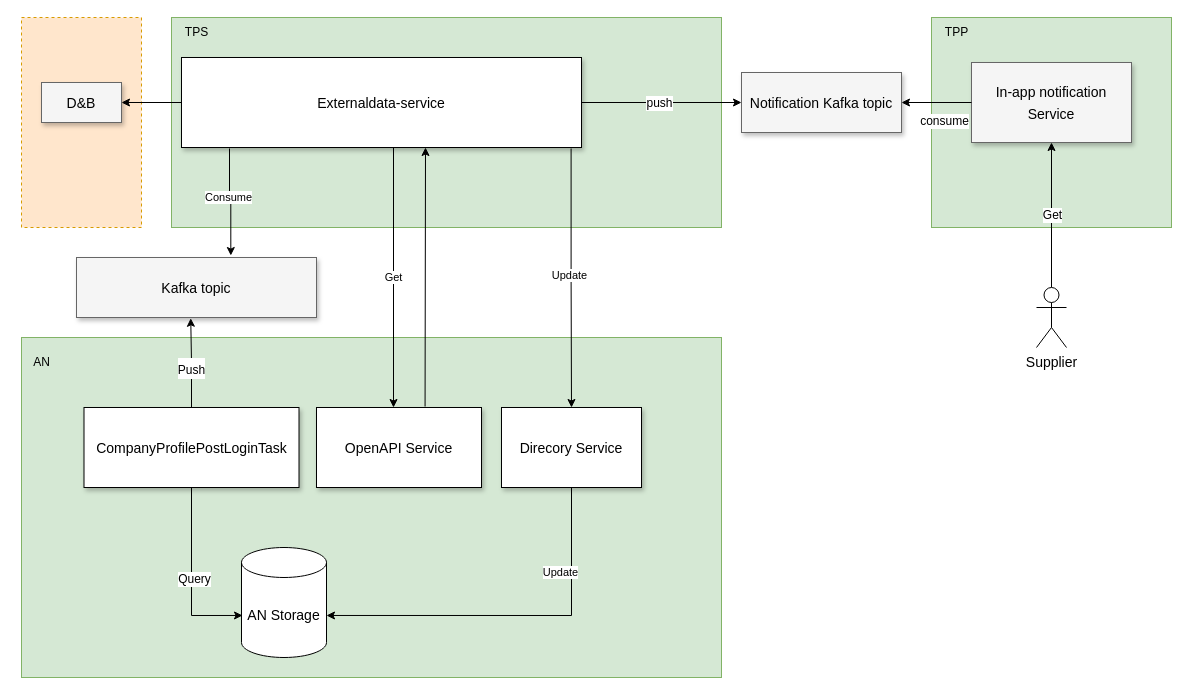
This is block_diagram_detection_dnb_changes.drawio from huangshijie/Drawio, a draw.io file, before an edit. Source tidied: cells renumbered, new cells numbered last; positions are measured from the earlier drawing's top-left corner, leaving out a move shared by most shapes. Both pictures are drawn from the tidied source at 100%, with x=0, y=0 at pixel (21, 17).
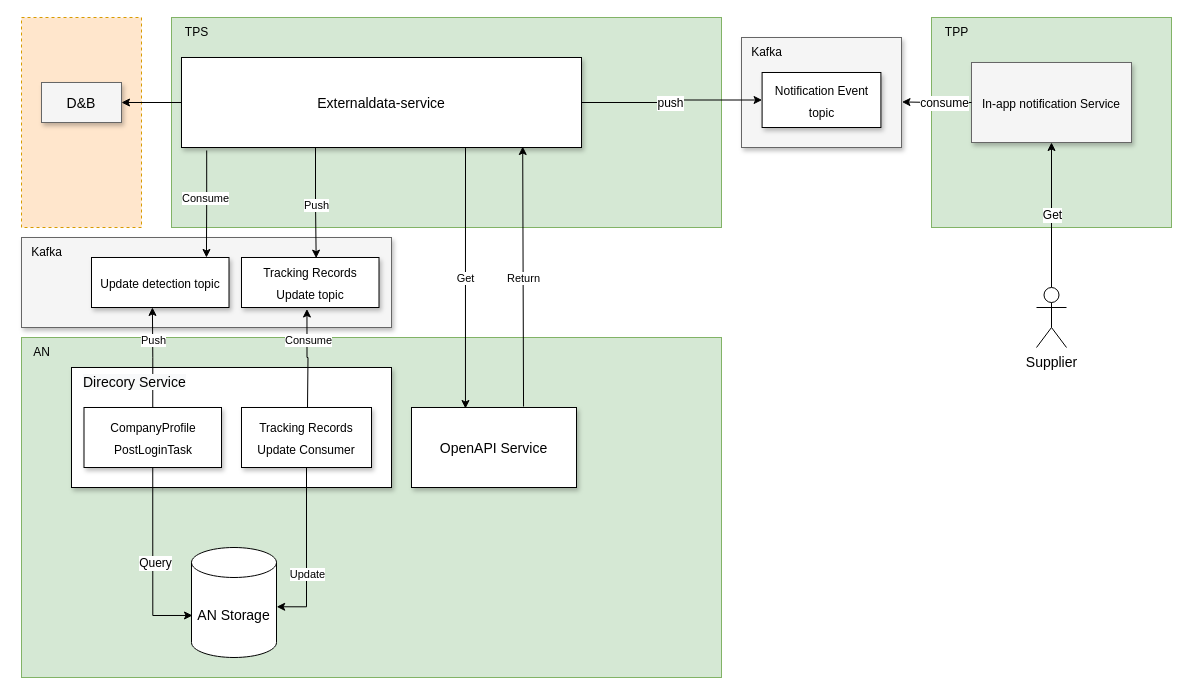
Above is the later version.

Unchanged cells that the change refers to:
```xml
<mxCell id="2" style="group;" parent="1" vertex="1">
  <mxGeometry width="1150" height="660" as="geometry" />
</mxCell>
<mxCell id="7" value="&lt;font style=&quot;font-size: 14px;&quot;&gt;Externaldata-service&lt;/font&gt;" style="whiteSpace=wrap;html=1;shadow=1;fontSize=18;" parent="2" vertex="1">
  <mxGeometry x="160" y="40" width="400" height="90" as="geometry" />
</mxCell>
```

What changed in the source:
```diff
@@
-    <mxCell id="8" value="&lt;font style=&quot;font-size: 14px;&quot;&gt;Notification Kafka topic&lt;/font&gt;" style="whiteSpace=wrap;html=1;shadow=1;fontSize=18;fillColor=#f5f5f5;strokeColor=#666666;" parent="2" vertex="1">
-      <mxGeometry x="720" y="55" width="160" height="60" as="geometry" />
+    <mxCell id="8" style="whiteSpace=wrap;html=1;shadow=1;fontSize=18;fillColor=#f5f5f5;strokeColor=#666666;" parent="2" vertex="1">
+      <mxGeometry x="720" y="20" width="160" height="110" as="geometry" />
     </mxCell>
-    <mxCell id="9" value="&lt;font style=&quot;font-size: 14px;&quot;&gt;CompanyProfilePostLoginTask&lt;/font&gt;" style="whiteSpace=wrap;html=1;shadow=1;fontSize=18;" parent="2" vertex="1">
-      <mxGeometry x="62.5" y="390" width="215" height="80" as="geometry" />
-    </mxCell>
-    <mxCell id="10" style="edgeStyle=orthogonalEdgeStyle;rounded=0;jettySize=auto;html=1;exitX=1;exitY=0.5;exitDx=0;exitDy=0;entryX=0;entryY=0.5;entryDx=0;entryDy=0;" parent="2" edge="1" source="7" target="8">
+    <mxCell id="10" style="edgeStyle=orthogonalEdgeStyle;rounded=0;jettySize=auto;html=1;exitX=1;exitY=0.5;exitDx=0;exitDy=0;entryX=0;entryY=0.5;entryDx=0;entryDy=0;" parent="2" edge="1" source="7" target="49">
       <mxGeometry relative="1" as="geometry" />
     </mxCell>
@@
-    <mxCell id="12" value="&lt;font style=&quot;font-size: 14px;&quot;&gt;In-app notification Service&lt;/font&gt;" style="whiteSpace=wrap;html=1;shadow=1;fontSize=18;fillColor=#f5f5f5;strokeColor=#666666;" parent="2" vertex="1">
+    <mxCell id="12" value="&lt;font style=&quot;font-size: 12px;&quot;&gt;In-app notification Service&lt;/font&gt;" style="whiteSpace=wrap;html=1;shadow=1;fontSize=18;fillColor=#f5f5f5;strokeColor=#666666;" parent="2" vertex="1">
       <mxGeometry x="950" y="45" width="160" height="80" as="geometry" />
     </mxCell>
-    <mxCell id="13" style="edgeStyle=orthogonalEdgeStyle;rounded=0;jettySize=auto;html=1;exitX=0;exitY=0.5;exitDx=0;exitDy=0;entryX=1;entryY=0.5;entryDx=0;entryDy=0;" parent="2" edge="1" source="12" target="8">
+    <mxCell id="13" style="edgeStyle=orthogonalEdgeStyle;rounded=0;jettySize=auto;html=1;exitX=0;exitY=0.5;exitDx=0;exitDy=0;entryX=1.003;entryY=0.586;entryDx=0;entryDy=0;entryPerimeter=0;" parent="2" edge="1" source="12" target="8">
       <mxGeometry relative="1" as="geometry" />
     </mxCell>
     <mxCell id="14" value="consume" style="edgeLabel;html=1;align=center;verticalAlign=middle;fontSize=12;" parent="13" vertex="1">
       <mxGeometry x="-0.18" y="-1" relative="1" as="geometry">
-        <mxPoint x="1" y="19" as="offset" />
+        <mxPoint x="1" y="1" as="offset" />
       </mxGeometry>
     </mxCell>
@@
     <mxCell id="18" value="&lt;font style=&quot;font-size: 14px;&quot;&gt;AN Storage&lt;/font&gt;" style="shape=cylinder3;whiteSpace=wrap;html=1;boundedLbl=1;backgroundOutline=1;size=15;" parent="2" vertex="1">
-      <mxGeometry x="220" y="530" width="85" height="110" as="geometry" />
+      <mxGeometry x="170" y="530" width="85" height="110" as="geometry" />
     </mxCell>
     <mxCell id="19" value="AN" style="text;html=1;align=center;verticalAlign=middle;strokeColor=none;fillColor=none;" parent="2" vertex="1">
-      <mxGeometry y="330" width="40" height="30" as="geometry" />
+      <mxGeometry y="320" width="40" height="30" as="geometry" />
     </mxCell>
@@
-    <mxCell id="22" style="edgeStyle=orthogonalEdgeStyle;rounded=0;jettySize=auto;html=1;fontSize=18;startArrow=none;startFill=0;entryX=0.012;entryY=0.618;entryDx=0;entryDy=0;entryPerimeter=0;" parent="2" edge="1" source="9" target="18">
-      <mxGeometry relative="1" as="geometry" />
-    </mxCell>
-    <mxCell id="23" value="Query" style="edgeLabel;html=1;align=center;verticalAlign=middle;fontSize=12;" parent="22" vertex="1">
-      <mxGeometry x="0.02" y="2" relative="1" as="geometry" />
-    </mxCell>
-    <mxCell id="24" style="edgeStyle=orthogonalEdgeStyle;rounded=0;jettySize=auto;html=1;exitX=0.5;exitY=0;exitDx=0;exitDy=0;entryX=0.476;entryY=1.013;entryDx=0;entryDy=0;entryPerimeter=0;" parent="2" edge="1" source="9" target="28">
-      <mxGeometry relative="1" as="geometry" />
-    </mxCell>
-    <mxCell id="25" value="&lt;font style=&quot;font-size: 12px;&quot;&gt;Push&lt;/font&gt;" style="edgeLabel;html=1;align=center;verticalAlign=middle;fontSize=18;" parent="24" vertex="1">
-      <mxGeometry x="0.03" y="-1" relative="1" as="geometry">
-        <mxPoint x="-1" y="6" as="offset" />
-      </mxGeometry>
-    </mxCell>
@@
-    <mxCell id="28" value="&lt;span style=&quot;font-size: 14px;&quot;&gt;Kafka topic&lt;/span&gt;" style="whiteSpace=wrap;html=1;shadow=1;fontSize=18;fillColor=#f5f5f5;strokeColor=#666666;" parent="2" vertex="1">
-      <mxGeometry x="55" y="240" width="240" height="60" as="geometry" />
+    <mxCell id="28" style="whiteSpace=wrap;html=1;shadow=1;fontSize=18;fillColor=#f5f5f5;strokeColor=#666666;" parent="2" vertex="1">
+      <mxGeometry y="220" width="370" height="90" as="geometry" />
     </mxCell>
-    <mxCell id="29" style="edgeStyle=orthogonalEdgeStyle;rounded=0;jettySize=auto;html=1;exitX=0.12;exitY=1.011;exitDx=0;exitDy=0;entryX=0.643;entryY=-0.033;entryDx=0;entryDy=0;exitPerimeter=0;entryPerimeter=0;" parent="2" edge="1" source="7" target="28">
+    <mxCell id="29" style="edgeStyle=orthogonalEdgeStyle;rounded=0;jettySize=auto;html=1;exitX=0.063;exitY=1.033;exitDx=0;exitDy=0;entryX=0.836;entryY=0;entryDx=0;entryDy=0;exitPerimeter=0;entryPerimeter=0;" parent="2" edge="1" source="7" target="45">
       <mxGeometry relative="1" as="geometry" />
     </mxCell>
@@
-    <mxCell id="31" style="edgeStyle=orthogonalEdgeStyle;rounded=0;jettySize=auto;html=1;entryX=1;entryY=0.618;entryDx=0;entryDy=0;entryPerimeter=0;exitX=0.5;exitY=1;exitDx=0;exitDy=0;" parent="2" edge="1" source="33" target="18">
-      <mxGeometry relative="1" as="geometry" />
-    </mxCell>
-    <mxCell id="32" value="Update" style="edgeLabel;html=1;align=center;verticalAlign=middle;" parent="31" vertex="1">
-      <mxGeometry x="-0.23" y="3" relative="1" as="geometry">
-        <mxPoint x="5" y="-46" as="offset" />
-      </mxGeometry>
-    </mxCell>
-    <mxCell id="33" value="&lt;font style=&quot;font-size: 14px;&quot;&gt;Direcory Service&lt;/font&gt;" style="whiteSpace=wrap;html=1;shadow=1;fontSize=18;" parent="2" vertex="1">
-      <mxGeometry x="480" y="390" width="140" height="80" as="geometry" />
+    <mxCell id="33" style="whiteSpace=wrap;html=1;shadow=1;fontSize=18;" parent="2" vertex="1">
+      <mxGeometry x="50" y="350" width="320" height="120" as="geometry" />
     </mxCell>
-    <mxCell id="34" style="endArrow=classic;html=1;rounded=0;exitX=0.658;exitY=-0.012;exitDx=0;exitDy=0;exitPerimeter=0;" parent="2" edge="1" source="35">
-      <mxGeometry relative="1" as="geometry">
-        <mxPoint x="404" y="130" as="targetPoint" />
-      </mxGeometry>
+    <mxCell id="34" style="endArrow=classic;html=1;rounded=0;exitX=0.679;exitY=-0.012;exitDx=0;exitDy=0;exitPerimeter=0;entryX=0.853;entryY=0.989;entryDx=0;entryDy=0;entryPerimeter=0;" parent="2" edge="1" source="35" target="7">
+      <mxGeometry relative="1" as="geometry" />
     </mxCell>
+    <mxCell id="39" value="Return" style="edgeLabel;html=1;align=center;verticalAlign=middle;" parent="34" vertex="1">
+      <mxGeometry x="0.02" relative="1" as="geometry">
+        <mxPoint y="4" as="offset" />
+      </mxGeometry>
+    </mxCell>
     <mxCell id="35" value="&lt;font style=&quot;font-size: 14px;&quot;&gt;OpenAPI Service&lt;/font&gt;" style="whiteSpace=wrap;html=1;shadow=1;fontSize=18;" parent="2" vertex="1">
-      <mxGeometry x="295" y="390" width="165" height="80" as="geometry" />
+      <mxGeometry x="390" y="390" width="165" height="80" as="geometry" />
     </mxCell>
-    <mxCell id="36" value="Get" style="endArrow=classic;html=1;rounded=0;exitX=0.53;exitY=1;exitDx=0;exitDy=0;exitPerimeter=0;" parent="2" edge="1" source="7">
+    <mxCell id="36" value="Get" style="endArrow=classic;html=1;rounded=0;entryX=0.327;entryY=0.013;entryDx=0;entryDy=0;entryPerimeter=0;" parent="2" edge="1" target="35">
       <mxGeometry relative="1" as="geometry">
-        <mxPoint x="372" y="390" as="targetPoint" />
+        <mxPoint x="444" y="130" as="sourcePoint" />
       </mxGeometry>
     </mxCell>
-    <mxCell id="37" style="edgeStyle=orthogonalEdgeStyle;rounded=0;jettySize=auto;html=1;exitX=0.974;exitY=1.011;exitDx=0;exitDy=0;exitPerimeter=0;entryX=0.5;entryY=0;entryDx=0;entryDy=0;" parent="2" edge="1" source="7" target="33">
+    <mxCell id="37" style="edgeStyle=orthogonalEdgeStyle;rounded=0;jettySize=auto;html=1;exitX=0.335;exitY=1;exitDx=0;exitDy=0;exitPerimeter=0;entryX=0.543;entryY=0.013;entryDx=0;entryDy=0;entryPerimeter=0;" parent="2" edge="1" source="7" target="46">
       <mxGeometry relative="1" as="geometry" />
     </mxCell>
-    <mxCell id="38" value="Update" style="edgeLabel;html=1;align=center;verticalAlign=middle;" parent="37" vertex="1">
+    <mxCell id="38" value="Push" style="edgeLabel;html=1;align=center;verticalAlign=middle;" parent="37" vertex="1">
       <mxGeometry x="-0.02" y="-2" relative="1" as="geometry" />
     </mxCell>
+    <mxCell id="40" style="edgeStyle=orthogonalEdgeStyle;rounded=0;jettySize=auto;html=1;exitX=0.5;exitY=0;exitDx=0;exitDy=0;entryX=0.443;entryY=0.999;entryDx=0;entryDy=0;entryPerimeter=0;" parent="2" edge="1" source="9" target="45">
+      <mxGeometry relative="1" as="geometry" />
+    </mxCell>
+    <mxCell id="25" value="Push" style="edgeLabel;html=1;align=center;verticalAlign=middle;" parent="40" vertex="1">
+      <mxGeometry x="0.36" y="-1" relative="1" as="geometry" />
+    </mxCell>
+    <mxCell id="9" value="&lt;font style=&quot;font-size: 12px;&quot;&gt;CompanyProfile&lt;br&gt;PostLoginTask&lt;/font&gt;" style="whiteSpace=wrap;html=1;shadow=1;fontSize=18;" parent="2" vertex="1">
+      <mxGeometry x="62.5" y="390" width="137.5" height="60" as="geometry" />
+    </mxCell>
+    <mxCell id="22" style="edgeStyle=orthogonalEdgeStyle;rounded=0;jettySize=auto;html=1;fontSize=18;startArrow=none;startFill=0;entryX=0.012;entryY=0.618;entryDx=0;entryDy=0;entryPerimeter=0;exitX=0.5;exitY=1;exitDx=0;exitDy=0;" parent="2" edge="1" source="9" target="18">
+      <mxGeometry relative="1" as="geometry" />
+    </mxCell>
+    <mxCell id="23" value="Query" style="edgeLabel;html=1;align=center;verticalAlign=middle;fontSize=12;" parent="22" vertex="1">
+      <mxGeometry x="0.02" y="2" relative="1" as="geometry" />
+    </mxCell>
+    <mxCell id="41" style="edgeStyle=orthogonalEdgeStyle;rounded=0;jettySize=auto;html=1;exitX=0.5;exitY=1;exitDx=0;exitDy=0;entryX=1.002;entryY=0.539;entryDx=0;entryDy=0;entryPerimeter=0;" parent="2" edge="1" source="42" target="18">
+      <mxGeometry relative="1" as="geometry" />
+    </mxCell>
+    <mxCell id="32" value="Update" style="edgeLabel;html=1;align=center;verticalAlign=middle;" parent="41" vertex="1">
+      <mxGeometry x="0.17" y="-2" relative="1" as="geometry">
+        <mxPoint x="2" y="7" as="offset" />
+      </mxGeometry>
+    </mxCell>
+    <mxCell id="42" value="&lt;font style=&quot;font-size: 12px;&quot;&gt;Tracking Records Update Consumer&lt;/font&gt;" style="whiteSpace=wrap;html=1;shadow=1;fontSize=18;" parent="2" vertex="1">
+      <mxGeometry x="220" y="390" width="130" height="60" as="geometry" />
+    </mxCell>
+    <mxCell id="43" value="&lt;span style=&quot;color: rgb(0, 0, 0); font-family: Helvetica; font-size: 14px; font-style: normal; font-variant-ligatures: normal; font-variant-caps: normal; font-weight: 400; letter-spacing: normal; orphans: 2; text-align: center; text-indent: 0px; text-transform: none; widows: 2; word-spacing: 0px; -webkit-text-stroke-width: 0px; background-color: rgb(248, 249, 250); text-decoration-thickness: initial; text-decoration-style: initial; text-decoration-color: initial; float: none; display: inline !important;&quot;&gt;Direcory Service&lt;/span&gt;" style="text;whiteSpace=wrap;html=1;" parent="2" vertex="1">
+      <mxGeometry x="60" y="350" width="110" height="30" as="geometry" />
+    </mxCell>
+    <mxCell id="44" value="Consume" style="edgeStyle=orthogonalEdgeStyle;rounded=0;jettySize=auto;html=1;entryX=0.476;entryY=1.03;entryDx=0;entryDy=0;entryPerimeter=0;" parent="2" edge="1" target="46">
+      <mxGeometry x="0.37" y="-2" relative="1" as="geometry">
+        <mxPoint x="286" y="390" as="sourcePoint" />
+      </mxGeometry>
+    </mxCell>
+    <mxCell id="45" value="&lt;font style=&quot;font-size: 12px;&quot;&gt;Update detection topic&lt;/font&gt;" style="whiteSpace=wrap;html=1;shadow=1;fontSize=18;" parent="2" vertex="1">
+      <mxGeometry x="70" y="240" width="137.5" height="50" as="geometry" />
+    </mxCell>
+    <mxCell id="46" value="&lt;font style=&quot;font-size: 12px;&quot;&gt;Tracking Records Update&amp;nbsp;topic&lt;/font&gt;" style="whiteSpace=wrap;html=1;shadow=1;fontSize=18;" parent="2" vertex="1">
+      <mxGeometry x="220" y="240" width="137.5" height="50" as="geometry" />
+    </mxCell>
+    <mxCell id="47" value="Kafka" style="text;html=1;align=center;verticalAlign=middle;strokeColor=none;fillColor=none;" parent="2" vertex="1">
+      <mxGeometry y="220" width="50" height="30" as="geometry" />
+    </mxCell>
+    <mxCell id="48" value="&lt;span style=&quot;&quot;&gt;Kafka&lt;/span&gt;" style="text;html=1;align=center;verticalAlign=middle;strokeColor=none;fillColor=none;fontSize=12;" parent="2" vertex="1">
+      <mxGeometry x="720" y="20" width="50" height="30" as="geometry" />
+    </mxCell>
+    <mxCell id="49" value="&lt;span style=&quot;font-size: 12px;&quot;&gt;Notification Event topic&lt;/span&gt;" style="whiteSpace=wrap;html=1;shadow=1;fontSize=18;" parent="2" vertex="1">
+      <mxGeometry x="740.6" y="55" width="118.8" height="55" as="geometry" />
+    </mxCell>
```
